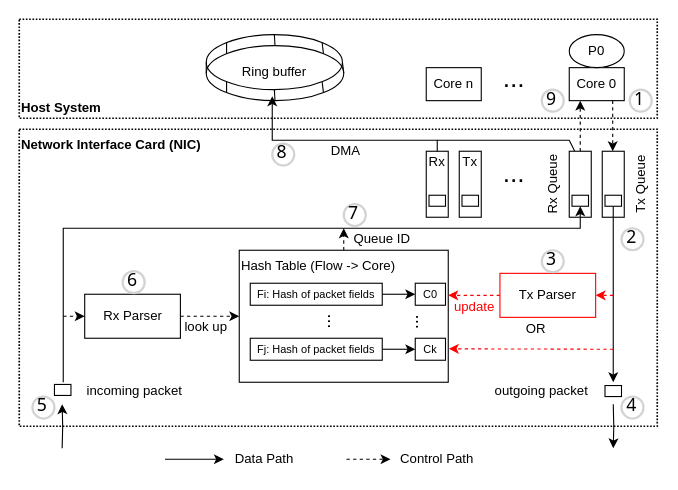
This is new_FD.drawio from LuyaoZhong/Figures, a draw.io file, before an edit. Source tidied: cells renumbered, new cells numbered last; positions are measured from the earlier drawing's top-left corner, leaving out a move shared by most shapes. Both pictures are drawn from the tidied source at 110%, with x=0, y=0 at pixel (19, 19).
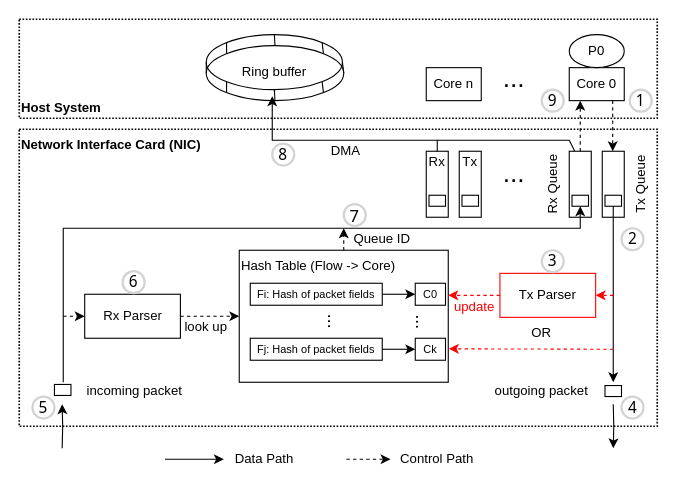
Above is the later version.

Change to the diagram source:
```diff
@@
-    <mxCell id="59" value="1" style="ellipse;whiteSpace=wrap;html=1;strokeWidth=2;fontFamily=Tahoma;spacingBottom=4;spacingRight=2;strokeColor=#d3d3d3;fontSize=16;fillColor=none;align=center;verticalAlign=middle;" parent="1" vertex="1">
+    <mxCell id="59" value="1" style="ellipse;whiteSpace=wrap;html=1;strokeWidth=2;fontFamily=Tahoma;spacingBottom=0;spacingRight=0;strokeColor=#d3d3d3;fontSize=14;fillColor=none;align=center;verticalAlign=middle;spacingLeft=0;spacing=0;" parent="1" vertex="1">
       <mxGeometry x="555" y="64" width="20" height="20" as="geometry" />
     </mxCell>
-    <mxCell id="60" value="2" style="ellipse;whiteSpace=wrap;html=1;strokeWidth=2;fontFamily=Tahoma;spacingBottom=4;spacingRight=2;strokeColor=#d3d3d3;fontSize=16;fillColor=none;align=center;verticalAlign=middle;" parent="1" vertex="1">
+    <mxCell id="60" value="2" style="ellipse;whiteSpace=wrap;html=1;strokeWidth=2;fontFamily=Tahoma;spacingBottom=0;spacingRight=0;strokeColor=#d3d3d3;fontSize=14;fillColor=none;align=center;verticalAlign=middle;spacingLeft=0;spacing=0;" parent="1" vertex="1">
       <mxGeometry x="547.5" y="190" width="20" height="20" as="geometry" />
     </mxCell>
-    <mxCell id="61" value="4" style="ellipse;whiteSpace=wrap;html=1;strokeWidth=2;fontFamily=Tahoma;spacingBottom=4;spacingRight=2;strokeColor=#d3d3d3;fontSize=16;fillColor=none;align=center;verticalAlign=middle;" parent="1" vertex="1">
+    <mxCell id="61" value="4" style="ellipse;whiteSpace=wrap;html=1;strokeWidth=2;fontFamily=Tahoma;spacingBottom=0;spacingRight=0;strokeColor=#d3d3d3;fontSize=14;fillColor=none;align=center;verticalAlign=middle;spacing=0;" parent="1" vertex="1">
       <mxGeometry x="547.5" y="343" width="20" height="20" as="geometry" />
     </mxCell>
-    <mxCell id="62" value="5" style="ellipse;whiteSpace=wrap;html=1;strokeWidth=2;fontFamily=Tahoma;spacingBottom=4;spacingRight=2;strokeColor=#d3d3d3;fontSize=16;fillColor=none;align=center;verticalAlign=middle;" parent="1" vertex="1">
+    <mxCell id="62" value="5" style="ellipse;whiteSpace=wrap;html=1;strokeWidth=2;fontFamily=Tahoma;spacingBottom=0;spacingRight=0;strokeColor=#d3d3d3;fontSize=14;fillColor=none;align=center;verticalAlign=middle;spacing=0;" parent="1" vertex="1">
       <mxGeometry x="12" y="343" width="20" height="20" as="geometry" />
     </mxCell>
-    <mxCell id="63" value="6" style="ellipse;whiteSpace=wrap;html=1;strokeWidth=2;fontFamily=Tahoma;spacingBottom=4;spacingRight=2;strokeColor=#d3d3d3;fontSize=16;fillColor=none;align=center;verticalAlign=middle;" parent="1" vertex="1">
+    <mxCell id="63" value="6" style="ellipse;whiteSpace=wrap;html=1;strokeWidth=2;fontFamily=Tahoma;spacingBottom=0;spacingRight=0;strokeColor=#d3d3d3;fontSize=14;fillColor=none;align=center;verticalAlign=middle;spacing=0;" parent="1" vertex="1">
       <mxGeometry x="94" y="229" width="20" height="20" as="geometry" />
     </mxCell>
-    <mxCell id="64" value="7" style="ellipse;whiteSpace=wrap;html=1;strokeWidth=2;fontFamily=Tahoma;spacingBottom=4;spacingRight=2;strokeColor=#d3d3d3;fontSize=16;fillColor=none;align=center;verticalAlign=middle;" parent="1" vertex="1">
+    <mxCell id="64" value="7" style="ellipse;whiteSpace=wrap;html=1;strokeWidth=2;fontFamily=Tahoma;spacingBottom=0;spacingRight=0;strokeColor=#d3d3d3;fontSize=15;fillColor=none;align=center;verticalAlign=middle;spacing=0;" parent="1" vertex="1">
       <mxGeometry x="295" y="168" width="20" height="20" as="geometry" />
     </mxCell>
-    <mxCell id="65" value="3" style="ellipse;whiteSpace=wrap;html=1;strokeWidth=2;fontFamily=Tahoma;spacingBottom=4;spacingRight=2;strokeColor=#d3d3d3;fontSize=16;fillColor=none;align=center;verticalAlign=middle;" parent="1" vertex="1">
+    <mxCell id="65" value="3" style="ellipse;whiteSpace=wrap;html=1;strokeWidth=2;fontFamily=Tahoma;spacingBottom=0;spacingRight=0;strokeColor=#d3d3d3;fontSize=14;fillColor=none;align=center;verticalAlign=middle;spacing=0;" parent="1" vertex="1">
       <mxGeometry x="475" y="210" width="20" height="20" as="geometry" />
     </mxCell>
-    <mxCell id="66" value="8" style="ellipse;whiteSpace=wrap;html=1;strokeWidth=2;fontFamily=Tahoma;spacingBottom=4;spacingRight=2;strokeColor=#d3d3d3;fontSize=16;fillColor=none;align=center;verticalAlign=middle;" parent="1" vertex="1">
+    <mxCell id="66" value="8" style="ellipse;whiteSpace=wrap;html=1;strokeWidth=2;fontFamily=Tahoma;spacingBottom=0;spacingRight=0;strokeColor=#d3d3d3;fontSize=14;fillColor=none;align=center;verticalAlign=middle;horizontal=1;spacing=0;" parent="1" vertex="1">
       <mxGeometry x="230" y="113" width="20" height="20" as="geometry" />
     </mxCell>
@@
-    <mxCell id="75" value="9" style="ellipse;whiteSpace=wrap;html=1;strokeWidth=2;fontFamily=Tahoma;spacingBottom=4;spacingRight=2;strokeColor=#d3d3d3;fontSize=16;fillColor=none;align=center;verticalAlign=middle;" parent="1" vertex="1">
+    <mxCell id="75" value="9" style="ellipse;whiteSpace=wrap;html=1;strokeWidth=2;fontFamily=Tahoma;spacingBottom=0;spacingRight=0;strokeColor=#d3d3d3;fontSize=14;fillColor=none;align=center;verticalAlign=middle;labelPosition=center;verticalLabelPosition=middle;spacing=0;spacingLeft=0;" parent="1" vertex="1">
       <mxGeometry x="475" y="64" width="20" height="20" as="geometry" />
     </mxCell>
@@
-    <mxCell id="78" value="&lt;font style=&quot;font-size: 12px&quot;&gt;OR&lt;/font&gt;" style="text;html=1;strokeColor=none;fillColor=none;align=center;verticalAlign=middle;whiteSpace=wrap;rounded=0;fontSize=16;fontColor=#000000;" parent="1" vertex="1">
-      <mxGeometry x="450" y="270" width="40" height="20" as="geometry" />
+    <mxCell id="78" value="&lt;font style=&quot;font-size: 12px;&quot;&gt;OR&lt;/font&gt;" style="text;html=1;strokeColor=none;fillColor=none;align=center;verticalAlign=middle;whiteSpace=wrap;rounded=0;fontSize=12;fontColor=#000000;" parent="1" vertex="1">
+      <mxGeometry x="455" y="275" width="40" height="20" as="geometry" />
     </mxCell>
```
